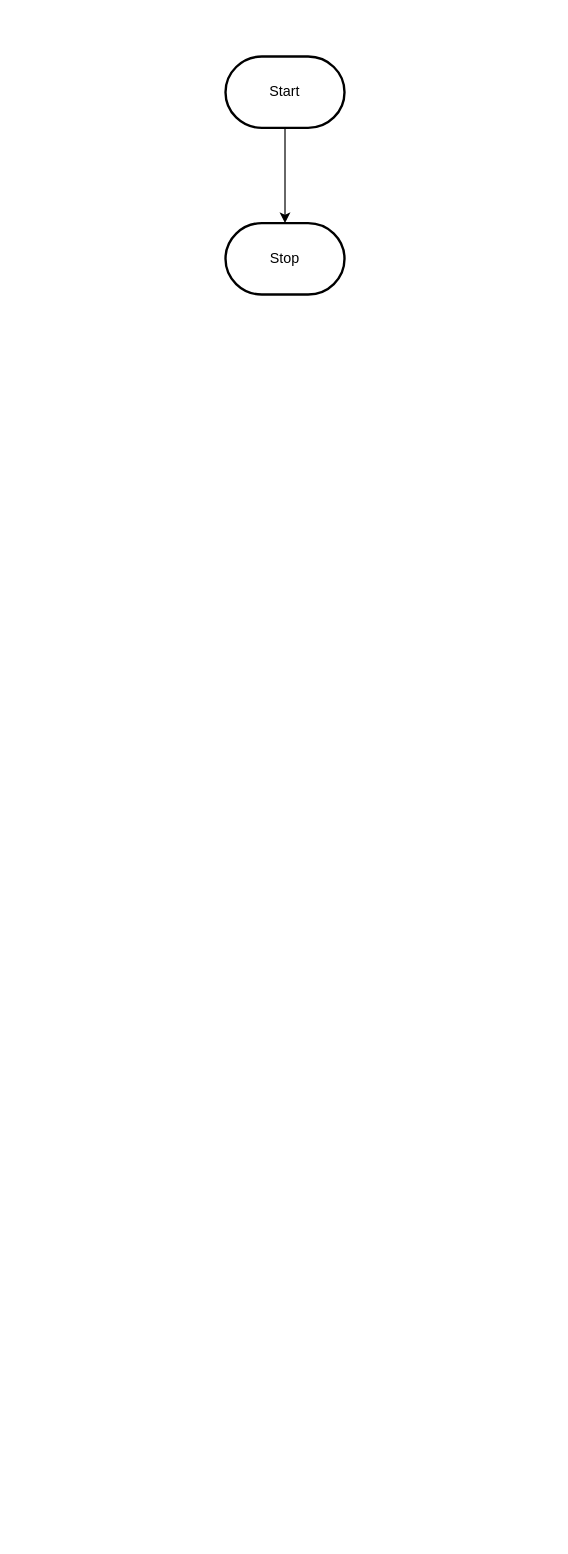
MTHS-TEJ2O-1-2023/TEJ2O-Unit-5-05-sophie-nguyen-0 keeps this draw.io diagram as design/flowchart.drawio. Above is the earlier version. Source tidied: cells renumbered, new cells numbered last; positions are measured from the earlier drawing's top-left corner, leaving out a move shared by most shapes. Both pictures are drawn from the tidied source at 119%, with x=0, y=0 at pixel (225, 56).
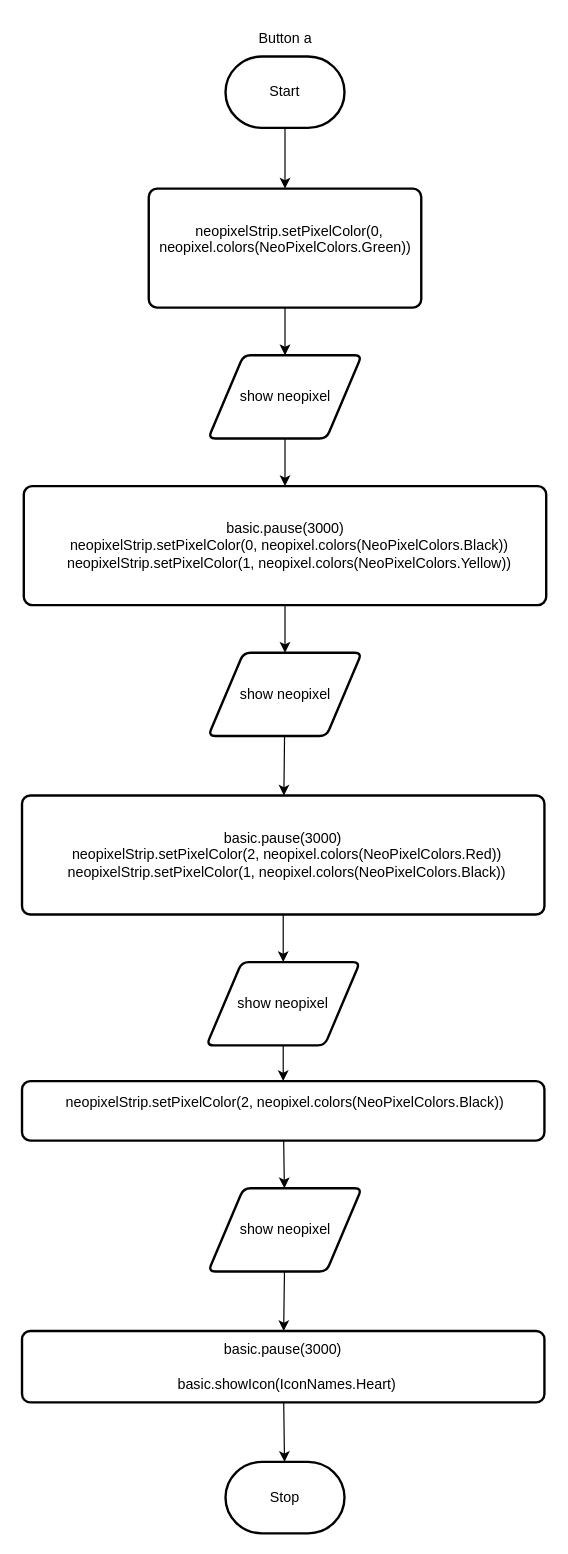
The same page after the edit.

Unchanged cells that the change refers to:
```xml
<mxCell id="3" value="Start" style="strokeWidth=2;html=1;shape=mxgraph.flowchart.terminator;whiteSpace=wrap;" parent="1" vertex="1">
  <mxGeometry width="100" height="60" as="geometry" />
</mxCell>
```

What changed in the source:
```diff
@@
-    <mxCell id="2" style="edgeStyle=orthogonalEdgeStyle;html=1;rounded=0;" parent="1" edge="1" source="3" target="4">
-      <mxGeometry relative="1" as="geometry" />
-    </mxCell>
+    <mxCell id="5" style="edgeStyle=none;html=1;" parent="1" edge="1" source="3" target="8">
+      <mxGeometry relative="1" as="geometry" />
+    </mxCell>
@@
     <mxCell id="4" value="Stop" style="strokeWidth=2;html=1;shape=mxgraph.flowchart.terminator;whiteSpace=wrap;" parent="1" vertex="1">
-      <mxGeometry y="140" width="100" height="60" as="geometry" />
+      <mxGeometry y="1181" width="100" height="60" as="geometry" />
     </mxCell>
+    <mxCell id="6" value="Button a" style="text;html=1;align=center;verticalAlign=middle;strokeColor=none;fillColor=none;" parent="1" vertex="1">
+      <mxGeometry x="15" y="-30" width="70" height="30" as="geometry" />
+    </mxCell>
+    <mxCell id="7" style="edgeStyle=none;html=1;" parent="1" edge="1" source="8" target="10">
+      <mxGeometry relative="1" as="geometry" />
+    </mxCell>
+    <mxCell id="8" value="&lt;div&gt;&amp;nbsp; neopixelStrip.setPixelColor(0, neopixel.colors(NeoPixelColors.Green))&lt;/div&gt;&lt;div&gt;&lt;br&gt;&lt;/div&gt;" style="rounded=1;whiteSpace=wrap;html=1;absoluteArcSize=1;arcSize=14;strokeWidth=2;" parent="1" vertex="1">
+      <mxGeometry x="-64.5" y="111" width="229" height="100" as="geometry" />
+    </mxCell>
+    <mxCell id="9" style="edgeStyle=none;html=1;" parent="1" edge="1" source="10" target="12">
+      <mxGeometry relative="1" as="geometry" />
+    </mxCell>
+    <mxCell id="10" value="show neopixel" style="shape=parallelogram;html=1;strokeWidth=2;perimeter=parallelogramPerimeter;whiteSpace=wrap;rounded=1;arcSize=12;size=0.23;" parent="1" vertex="1">
+      <mxGeometry x="-14.5" y="251" width="129" height="70" as="geometry" />
+    </mxCell>
+    <mxCell id="11" style="edgeStyle=none;html=1;" parent="1" edge="1" source="12" target="14">
+      <mxGeometry relative="1" as="geometry" />
+    </mxCell>
+    <mxCell id="12" value="&lt;div&gt;basic.pause(3000)&lt;/div&gt;&lt;div&gt;&amp;nbsp; neopixelStrip.setPixelColor(0, neopixel.colors(NeoPixelColors.Black))&lt;/div&gt;&lt;div&gt;&amp;nbsp; neopixelStrip.setPixelColor(1, neopixel.colors(NeoPixelColors.Yellow))&lt;/div&gt;" style="rounded=1;whiteSpace=wrap;html=1;absoluteArcSize=1;arcSize=14;strokeWidth=2;" parent="1" vertex="1">
+      <mxGeometry x="-169.5" y="361" width="439" height="100" as="geometry" />
+    </mxCell>
+    <mxCell id="13" style="edgeStyle=none;html=1;" parent="1" edge="1" source="14" target="16">
+      <mxGeometry relative="1" as="geometry" />
+    </mxCell>
+    <mxCell id="14" value="show neopixel" style="shape=parallelogram;html=1;strokeWidth=2;perimeter=parallelogramPerimeter;whiteSpace=wrap;rounded=1;arcSize=12;size=0.23;" parent="1" vertex="1">
+      <mxGeometry x="-14.5" y="501" width="129" height="70" as="geometry" />
+    </mxCell>
+    <mxCell id="15" style="edgeStyle=none;html=1;" parent="1" edge="1" source="16" target="18">
+      <mxGeometry relative="1" as="geometry" />
+    </mxCell>
+    <mxCell id="16" value="&lt;div&gt;basic.pause(3000)&lt;/div&gt;&lt;div&gt;&amp;nbsp; neopixelStrip.setPixelColor(2, neopixel.colors(NeoPixelColors.Red))&lt;/div&gt;&lt;div&gt;&amp;nbsp; neopixelStrip.setPixelColor(1, neopixel.colors(NeoPixelColors.Black))&lt;/div&gt;" style="rounded=1;whiteSpace=wrap;html=1;absoluteArcSize=1;arcSize=14;strokeWidth=2;" parent="1" vertex="1">
+      <mxGeometry x="-171" y="621" width="439" height="100" as="geometry" />
+    </mxCell>
+    <mxCell id="17" style="edgeStyle=none;html=1;" parent="1" edge="1" source="18" target="20">
+      <mxGeometry relative="1" as="geometry" />
+    </mxCell>
+    <mxCell id="18" value="show neopixel" style="shape=parallelogram;html=1;strokeWidth=2;perimeter=parallelogramPerimeter;whiteSpace=wrap;rounded=1;arcSize=12;size=0.23;" parent="1" vertex="1">
+      <mxGeometry x="-16" y="761" width="129" height="70" as="geometry" />
+    </mxCell>
+    <mxCell id="19" style="edgeStyle=none;html=1;" parent="1" edge="1" source="20" target="22">
+      <mxGeometry relative="1" as="geometry" />
+    </mxCell>
+    <mxCell id="20" value="&lt;div&gt;&amp;nbsp;neopixelStrip.setPixelColor(2, neopixel.colors(NeoPixelColors.Black))&lt;/div&gt;&lt;div&gt;&lt;br&gt;&lt;/div&gt;" style="rounded=1;whiteSpace=wrap;html=1;absoluteArcSize=1;arcSize=14;strokeWidth=2;" parent="1" vertex="1">
+      <mxGeometry x="-171" y="861" width="439" height="50" as="geometry" />
+    </mxCell>
+    <mxCell id="21" style="edgeStyle=none;html=1;" parent="1" edge="1" source="22" target="24">
+      <mxGeometry relative="1" as="geometry" />
+    </mxCell>
+    <mxCell id="22" value="show neopixel" style="shape=parallelogram;html=1;strokeWidth=2;perimeter=parallelogramPerimeter;whiteSpace=wrap;rounded=1;arcSize=12;size=0.23;" parent="1" vertex="1">
+      <mxGeometry x="-14.5" y="951" width="129" height="70" as="geometry" />
+    </mxCell>
+    <mxCell id="23" style="edgeStyle=none;html=1;" parent="1" edge="1" source="24" target="4">
+      <mxGeometry relative="1" as="geometry" />
+    </mxCell>
+    <mxCell id="24" value="&lt;div&gt;&lt;div&gt;basic.pause(3000)&lt;/div&gt;&lt;div&gt;&lt;br&gt;&lt;/div&gt;&lt;div&gt;&amp;nbsp; basic.showIcon(IconNames.Heart)&lt;/div&gt;&lt;/div&gt;" style="rounded=1;whiteSpace=wrap;html=1;absoluteArcSize=1;arcSize=14;strokeWidth=2;" parent="1" vertex="1">
+      <mxGeometry x="-171" y="1071" width="439" height="60" as="geometry" />
+    </mxCell>
```
